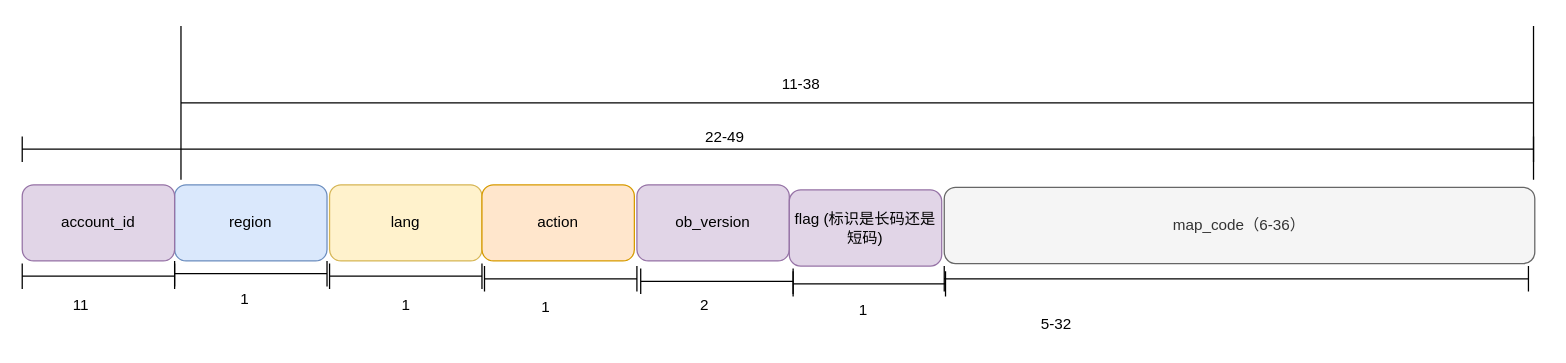
Earlier version of the draw.io diagram 未命名绘图.drawio (onlyonedaniel/wiki). Source tidied: cells renumbered, new cells numbered last; positions are measured from the earlier drawing's top-left corner, leaving out a move shared by most shapes. Both pictures are drawn from the tidied source at 127%, with x=0, y=0 at pixel (22, 25).
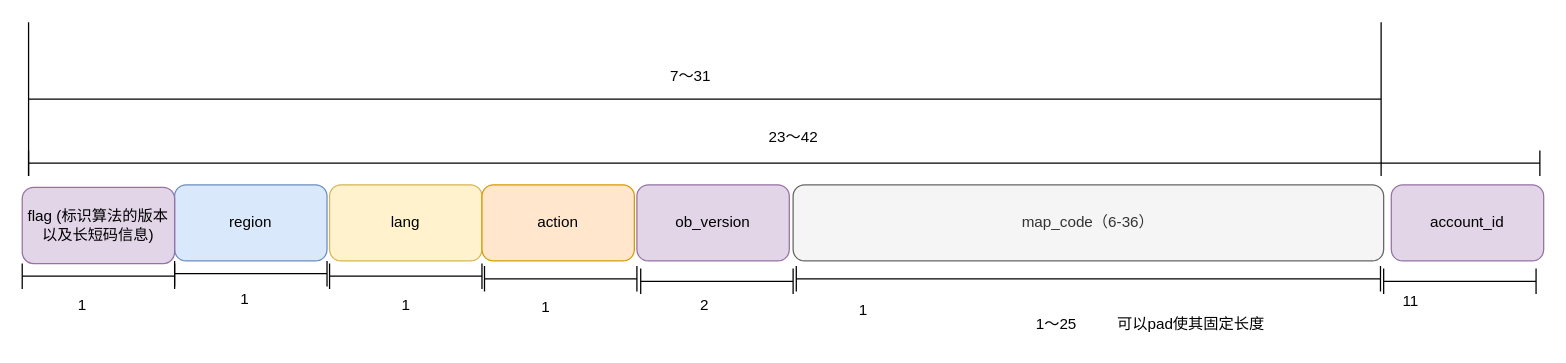
After the change.

Commit message:
更新未命名绘图.drawio

Diff of the diagram source:
```diff
@@
     <mxCell id="6" value="map_code（6-36）" style="rounded=1;whiteSpace=wrap;html=1;fillColor=#f5f5f5;fontColor=#333333;strokeColor=#666666;" parent="1" vertex="1">
-      <mxGeometry x="726" y="127" width="465" height="60" as="geometry" />
+      <mxGeometry x="607" y="125" width="465" height="60" as="geometry" />
     </mxCell>
@@
-    <mxCell id="11" value="5-32" style="text;html=1;align=center;verticalAlign=middle;strokeColor=none;fillColor=none;" parent="1" vertex="1">
-      <mxGeometry x="793" y="222" width="42" height="26" as="geometry" />
+    <mxCell id="11" value="1～25" style="text;html=1;align=center;verticalAlign=middle;strokeColor=none;fillColor=none;" parent="1" vertex="1">
+      <mxGeometry x="789" y="222" width="50" height="26" as="geometry" />
     </mxCell>
@@
     <mxCell id="16" style="shape=crossbar;whiteSpace=wrap;html=1;rounded=1;" parent="1" vertex="1">
-      <mxGeometry x="726" y="189" width="460" height="20" as="geometry" />
+      <mxGeometry x="609.5" y="189" width="460" height="20" as="geometry" />
     </mxCell>
     <mxCell id="17" value="account_id" style="rounded=1;whiteSpace=wrap;html=1;fillColor=#e1d5e7;strokeColor=#9673a6;" parent="1" vertex="1">
-      <mxGeometry y="125" width="120" height="60" as="geometry" />
+      <mxGeometry x="1078" y="125" width="120" height="60" as="geometry" />
     </mxCell>
-    <mxCell id="18" value="flag (标识是长码还是短码)" style="rounded=1;whiteSpace=wrap;html=1;fillColor=#e1d5e7;strokeColor=#9673a6;" parent="1" vertex="1">
-      <mxGeometry x="604" y="129" width="120" height="60" as="geometry" />
+    <mxCell id="18" value="flag (标识算法的版本以及长短码信息)" style="rounded=1;whiteSpace=wrap;html=1;fillColor=#e1d5e7;strokeColor=#9673a6;" parent="1" vertex="1">
+      <mxGeometry y="127" width="120" height="60" as="geometry" />
     </mxCell>
@@
     <mxCell id="20" style="shape=crossbar;whiteSpace=wrap;html=1;rounded=1;" parent="1" vertex="1">
-      <mxGeometry x="607" y="193" width="120" height="20" as="geometry" />
+      <mxGeometry x="1072" y="191" width="120" height="20" as="geometry" />
     </mxCell>
-    <mxCell id="21" value="11" style="text;html=1;align=center;verticalAlign=middle;strokeColor=none;fillColor=none;" parent="1" vertex="1">
-      <mxGeometry x="31" y="207" width="30" height="26" as="geometry" />
-    </mxCell>
@@
     <mxCell id="23" style="shape=crossbar;whiteSpace=wrap;html=1;rounded=1;" parent="1" vertex="1">
-      <mxGeometry x="125" width="1065" height="121" as="geometry" />
+      <mxGeometry x="5" y="-3" width="1065" height="121" as="geometry" />
     </mxCell>
-    <mxCell id="24" value="11-38" style="text;html=1;align=center;verticalAlign=middle;strokeColor=none;fillColor=none;" parent="1" vertex="1">
-      <mxGeometry x="589" y="33" width="48" height="26" as="geometry" />
+    <mxCell id="24" value="7～31" style="text;html=1;align=center;verticalAlign=middle;strokeColor=none;fillColor=none;" parent="1" vertex="1">
+      <mxGeometry x="501" y="27" width="50" height="26" as="geometry" />
     </mxCell>
     <mxCell id="25" style="shape=crossbar;whiteSpace=wrap;html=1;rounded=1;" parent="1" vertex="1">
-      <mxGeometry y="87" width="1190" height="20" as="geometry" />
+      <mxGeometry x="5" y="98" width="1190" height="20" as="geometry" />
     </mxCell>
-    <mxCell id="26" value="22-49" style="text;html=1;align=center;verticalAlign=middle;strokeColor=none;fillColor=none;" parent="1" vertex="1">
-      <mxGeometry x="528" y="75" width="49" height="26" as="geometry" />
+    <mxCell id="26" value="23～42" style="text;html=1;align=center;verticalAlign=middle;strokeColor=none;fillColor=none;" parent="1" vertex="1">
+      <mxGeometry x="578" y="75" width="57" height="26" as="geometry" />
     </mxCell>
+    <mxCell id="27" value="可以pad使其固定长度" style="text;html=1;align=center;verticalAlign=middle;strokeColor=none;fillColor=none;" parent="1" vertex="1">
+      <mxGeometry x="853" y="222" width="134" height="26" as="geometry" />
+    </mxCell>
+    <mxCell id="28" value="1" style="text;html=1;align=center;verticalAlign=middle;strokeColor=none;fillColor=none;" parent="1" vertex="1">
+      <mxGeometry x="34" y="207" width="25" height="26" as="geometry" />
+    </mxCell>
+    <mxCell id="21" value="11" style="text;html=1;align=center;verticalAlign=middle;strokeColor=none;fillColor=none;" parent="1" vertex="1">
+      <mxGeometry x="1078" y="204" width="30" height="26" as="geometry" />
+    </mxCell>
```
